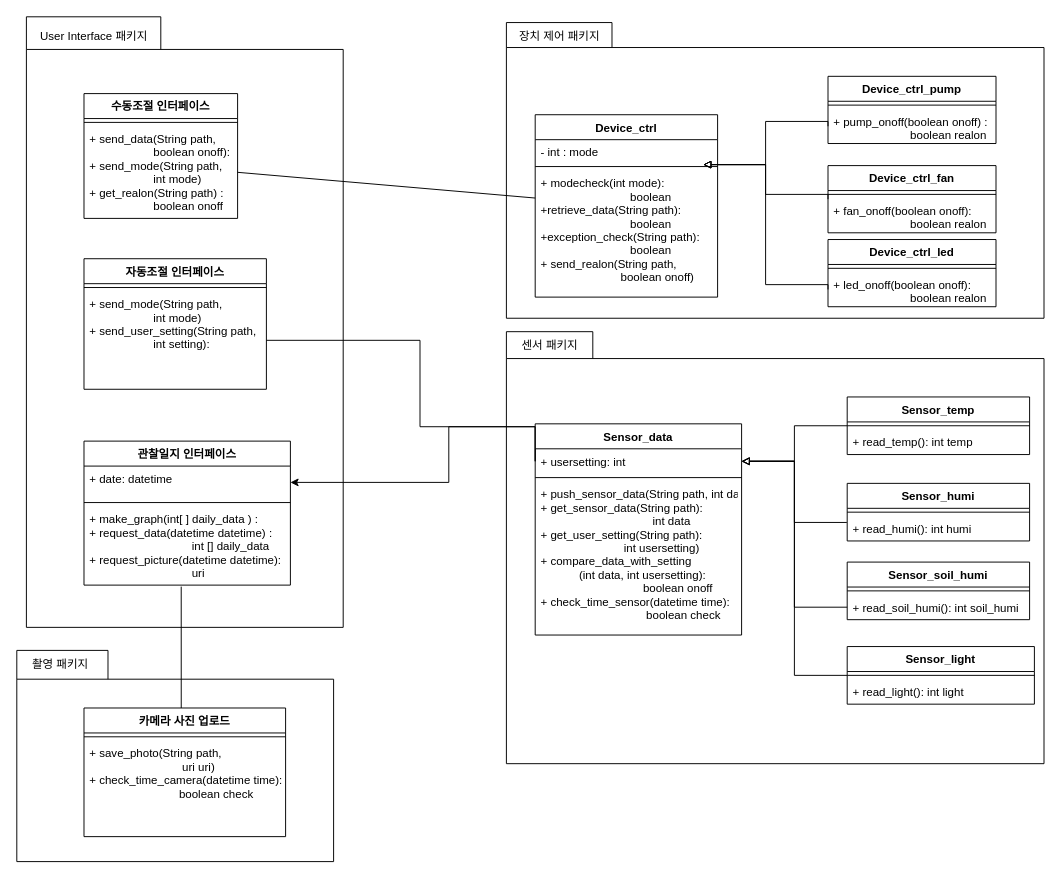
Earlier version of the draw.io diagram 구조설계/packagedg.drawio (sonmyungwon/Software-Development). Source tidied: cells renumbered, new cells numbered last; positions are measured from the earlier drawing's top-left corner, leaving out a move shared by most shapes. Both pictures are drawn from the tidied source at 96%, with x=0, y=0 at pixel (16, 16).
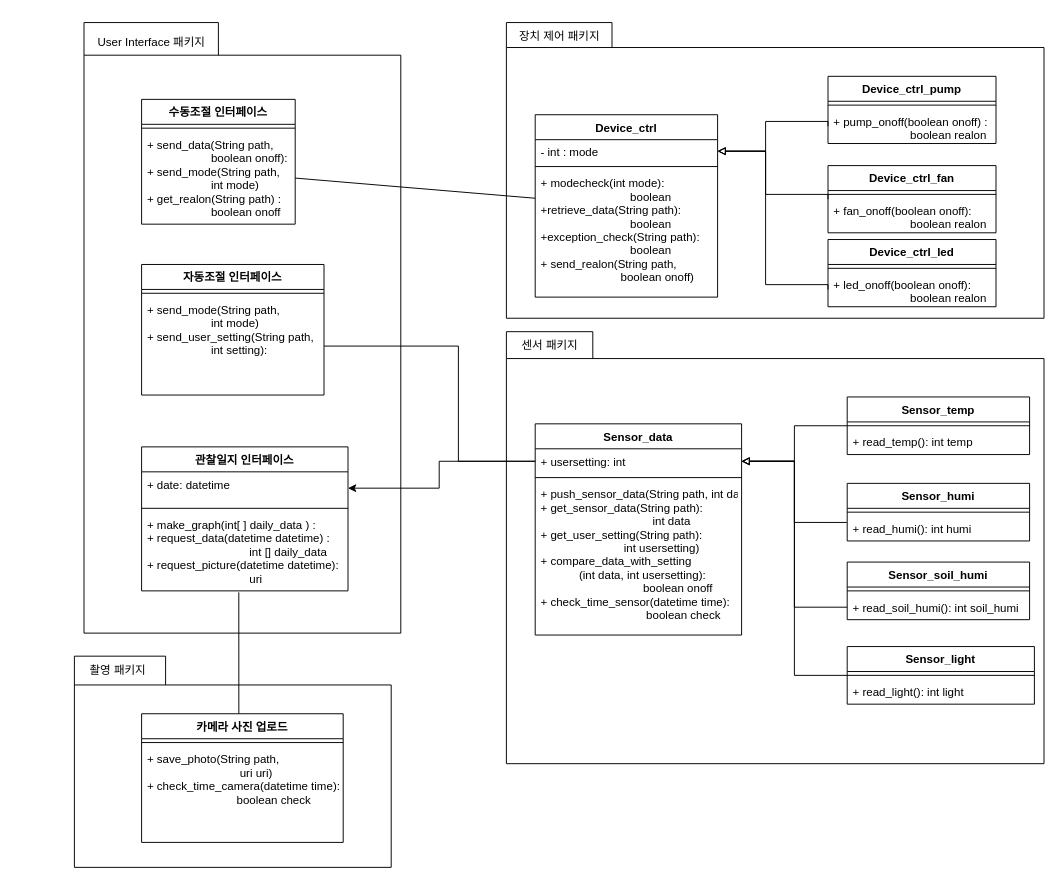
After the change.

The change refers to these unchanged cells:
```xml
<mxCell id="7" value="+ date: datetime&#10;" style="text;strokeColor=none;fillColor=none;align=left;verticalAlign=top;spacingLeft=4;spacingRight=4;overflow=hidden;points=[[0,0.5],[1,0.5]];portConstraint=eastwest;" parent="6" vertex="1">
  <mxGeometry y="26" width="215" height="34" as="geometry" />
</mxCell>
<mxCell id="9" value="+ make_graph(int[ ] daily_data ) :&#10;+ request_data(datetime datetime) : &#10;                                int [] daily_data&#10;+ request_picture(datetime datetime):&#10;                                uri" style="text;strokeColor=none;fillColor=none;align=left;verticalAlign=top;spacingLeft=4;spacingRight=4;overflow=hidden;points=[[0,0.5],[1,0.5]];portConstraint=eastwest;" parent="6" vertex="1">
  <mxGeometry y="68" width="215" height="82" as="geometry" />
</mxCell>
<mxCell id="13" value="+ pump_onoff(boolean onoff) :&#10;                        boolean realon " style="text;strokeColor=none;fillColor=none;align=left;verticalAlign=top;spacingLeft=4;spacingRight=4;overflow=hidden;points=[[0,0.5],[1,0.5]];portConstraint=eastwest;" parent="11" vertex="1">
  <mxGeometry y="34" width="175" height="36" as="geometry" />
</mxCell>
<mxCell id="15" value="Device_ctrl_fan" style="swimlane;fontStyle=1;align=center;verticalAlign=top;horizontal=1;startSize=26;strokeColor=default;" parent="1" vertex="1">
  <mxGeometry x="845" y="155" width="175" height="70" as="geometry" />
</mxCell>
<mxCell id="20" value="+ led_onoff(boolean onoff):&#10;                        boolean realon" style="text;strokeColor=none;fillColor=none;align=left;verticalAlign=top;spacingLeft=4;spacingRight=4;overflow=hidden;points=[[0,0.5],[1,0.5]];portConstraint=eastwest;" parent="18" vertex="1">
  <mxGeometry y="34" width="175" height="36" as="geometry" />
</mxCell>
<mxCell id="30" value="- int : mode&#10;" style="text;strokeColor=none;fillColor=none;align=left;verticalAlign=top;spacingLeft=4;spacingRight=4;overflow=hidden;points=[[0,0.5],[1,0.5]];portConstraint=eastwest;" parent="29" vertex="1">
  <mxGeometry y="26" width="190" height="24" as="geometry" />
</mxCell>
<mxCell id="35" value="+ send_mode(String path,&#10;                    int mode)&#10;+ send_user_setting(String path,&#10;                    int setting):" style="text;strokeColor=none;fillColor=none;align=left;verticalAlign=top;spacingLeft=4;spacingRight=4;overflow=hidden;points=[[0,0.5],[1,0.5]];portConstraint=eastwest;" parent="33" vertex="1">
  <mxGeometry y="34" width="190" height="102" as="geometry" />
</mxCell>
<mxCell id="50" value="+ usersetting: int" style="text;strokeColor=none;fillColor=none;align=left;verticalAlign=top;spacingLeft=4;spacingRight=4;overflow=hidden;points=[[0,0.5],[1,0.5]];portConstraint=eastwest;" parent="49" vertex="1">
  <mxGeometry y="26" width="215" height="26" as="geometry" />
</mxCell>
```

Diff of the diagram source:
```diff
@@
     <mxCell id="2" style="shape=folder;fontStyle=1;spacingTop=10;tabWidth=95;tabHeight=30;tabPosition=left;html=1;" parent="1" vertex="1">
-      <mxGeometry y="660" width="330" height="220" as="geometry" />
+      <mxGeometry x="60" y="666" width="330" height="220" as="geometry" />
     </mxCell>
     <mxCell id="3" style="shape=folder;fontStyle=1;spacingTop=10;tabWidth=140;tabHeight=34;tabPosition=left;html=1;" parent="1" vertex="1">
-      <mxGeometry x="10" width="330" height="636" as="geometry" />
+      <mxGeometry x="70" y="6" width="330" height="636" as="geometry" />
     </mxCell>
@@
     <mxCell id="6" value="관찰일지 인터페이스" style="swimlane;fontStyle=1;align=center;verticalAlign=top;horizontal=1;startSize=26;" parent="1" vertex="1">
-      <mxGeometry x="70" y="442" width="215" height="150" as="geometry" />
+      <mxGeometry x="130" y="448" width="215" height="150" as="geometry" />
     </mxCell>
@@
-    <mxCell id="14" style="edgeStyle=orthogonalEdgeStyle;rounded=0;jettySize=auto;html=1;exitX=0;exitY=0.5;exitDx=0;exitDy=0;endArrow=block;endFill=0;" parent="1" edge="1" source="15">
+    <mxCell id="14" style="edgeStyle=orthogonalEdgeStyle;rounded=0;jettySize=auto;html=1;exitX=0;exitY=0.5;exitDx=0;exitDy=0;endArrow=block;endFill=0;entryX=1;entryY=0.5;entryDx=0;entryDy=0;" parent="1" edge="1" source="15" target="30">
       <mxGeometry relative="1" as="geometry">
-        <mxPoint x="715" y="154" as="targetPoint" />
         <Array as="points">
+          <mxPoint x="845" y="185" />
           <mxPoint x="780" y="185" />
-          <mxPoint x="780" y="154" />
+          <mxPoint x="780" y="140" />
         </Array>
       </mxGeometry>
     </mxCell>
@@
-    <mxCell id="21" style="edgeStyle=orthogonalEdgeStyle;rounded=0;jettySize=auto;html=1;exitX=0;exitY=0.5;exitDx=0;exitDy=0;entryX=1;entryY=0.5;entryDx=0;entryDy=0;endArrow=block;endFill=0;" parent="1" edge="1" source="20">
+    <mxCell id="21" style="edgeStyle=orthogonalEdgeStyle;rounded=0;jettySize=auto;html=1;exitX=0;exitY=0.5;exitDx=0;exitDy=0;entryX=1;entryY=0.5;entryDx=0;entryDy=0;endArrow=block;endFill=0;" parent="1" edge="1" source="20" target="30">
       <mxGeometry relative="1" as="geometry">
-        <mxPoint x="715" y="154" as="targetPoint" />
         <Array as="points">
+          <mxPoint x="845" y="279" />
           <mxPoint x="780" y="279" />
-          <mxPoint x="780" y="154" />
+          <mxPoint x="780" y="140" />
         </Array>
       </mxGeometry>
     </mxCell>
-    <mxCell id="22" style="edgeStyle=orthogonalEdgeStyle;rounded=0;jettySize=auto;html=1;exitX=0;exitY=0.5;exitDx=0;exitDy=0;endArrow=block;endFill=0;" parent="1" edge="1" source="13">
+    <mxCell id="22" style="edgeStyle=orthogonalEdgeStyle;rounded=0;jettySize=auto;html=1;exitX=0;exitY=0.5;exitDx=0;exitDy=0;endArrow=block;endFill=0;entryX=1;entryY=0.5;entryDx=0;entryDy=0;" parent="1" edge="1" source="13" target="30">
       <mxGeometry relative="1" as="geometry">
-        <mxPoint x="715" y="154" as="targetPoint" />
         <Array as="points">
+          <mxPoint x="845" y="109" />
           <mxPoint x="780" y="109" />
-          <mxPoint x="780" y="154" />
+          <mxPoint x="780" y="140" />
         </Array>
       </mxGeometry>
     </mxCell>
     <mxCell id="23" style="edgeStyle=orthogonalEdgeStyle;rounded=0;jettySize=auto;html=1;exitX=0;exitY=0.5;exitDx=0;exitDy=0;endArrow=classic;endFill=1;entryX=1;entryY=0.5;entryDx=0;entryDy=0;" parent="1" edge="1" source="50" target="7">
       <mxGeometry relative="1" as="geometry">
         <Array as="points">
-          <mxPoint x="540" y="427" />
-          <mxPoint x="450" y="427" />
-          <mxPoint x="450" y="485" />
+          <mxPoint x="440" y="463" />
+          <mxPoint x="440" y="491" />
         </Array>
       </mxGeometry>
     </mxCell>
@@
     <mxCell id="26" value="수동조절 인터페이스" style="swimlane;fontStyle=1;align=center;verticalAlign=top;horizontal=1;startSize=26;" parent="1" vertex="1">
-      <mxGeometry x="70" y="80" width="160" height="130" as="geometry" />
+      <mxGeometry x="130" y="86" width="160" height="130" as="geometry" />
     </mxCell>
@@
     <mxCell id="33" value="자동조절 인터페이스" style="swimlane;fontStyle=1;align=center;verticalAlign=top;horizontal=1;startSize=26;" parent="1" vertex="1">
-      <mxGeometry x="70" y="252" width="190" height="136" as="geometry" />
+      <mxGeometry x="130" y="258" width="190" height="136" as="geometry" />
     </mxCell>
@@
     <mxCell id="54" style="edgeStyle=orthogonalEdgeStyle;rounded=0;jettySize=auto;html=1;entryX=0.471;entryY=1.019;entryDx=0;entryDy=0;endArrow=none;endFill=0;exitX=0.5;exitY=0;exitDx=0;exitDy=0;entryPerimeter=0;" parent="1" edge="1" source="55" target="9">
       <mxGeometry relative="1" as="geometry">
         <Array as="points">
-          <mxPoint x="171" y="730" />
+          <mxPoint x="231" y="736" />
         </Array>
       </mxGeometry>
     </mxCell>
     <mxCell id="55" value="카메라 사진 업로드" style="swimlane;fontStyle=1;align=center;verticalAlign=top;horizontal=1;startSize=26;" parent="1" vertex="1">
-      <mxGeometry x="70" y="720" width="210" height="134" as="geometry" />
+      <mxGeometry x="130" y="726" width="210" height="134" as="geometry" />
     </mxCell>
@@
     <mxCell id="58" style="edgeStyle=orthogonalEdgeStyle;rounded=0;jettySize=auto;html=1;entryX=1;entryY=0.5;entryDx=0;entryDy=0;endArrow=none;endFill=0;exitX=0;exitY=0.5;exitDx=0;exitDy=0;" parent="1" edge="1" source="50" target="35">
       <mxGeometry relative="1" as="geometry">
         <Array as="points">
-          <mxPoint x="540" y="427" />
-          <mxPoint x="420" y="427" />
-          <mxPoint x="420" y="337" />
+          <mxPoint x="460" y="463" />
+          <mxPoint x="460" y="343" />
         </Array>
       </mxGeometry>
     </mxCell>
@@
     <mxCell id="61" value="User Interface 패키지" style="text;html=1;align=center;verticalAlign=middle;strokeColor=none;fillColor=none;" parent="1" vertex="1">
-      <mxGeometry x="10" y="6" width="140" height="30" as="geometry" />
+      <mxGeometry x="70" y="12" width="140" height="30" as="geometry" />
     </mxCell>
     <mxCell id="62" value="촬영 패키지" style="text;html=1;align=center;verticalAlign=middle;strokeColor=none;fillColor=none;" parent="1" vertex="1">
-      <mxGeometry y="660" width="90" height="30" as="geometry" />
+      <mxGeometry x="60" y="666" width="90" height="30" as="geometry" />
     </mxCell>
```
